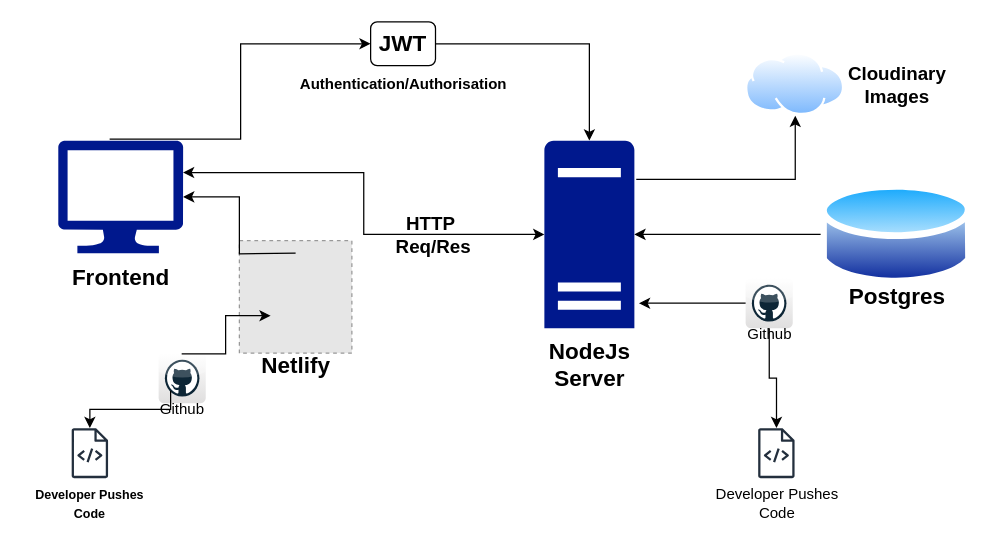
Earlier version of the draw.io diagram Untitled Diagram.drawio (dhunisinghani/demo). Source tidied: cells renumbered, new cells numbered last; positions are measured from the earlier drawing's top-left corner, leaving out a move shared by most shapes. Both pictures are drawn from the tidied source at 125%, with x=0, y=0 at pixel (20, 21). Pictures stored in the file or linked from it are replaced by grey dashed boxes.
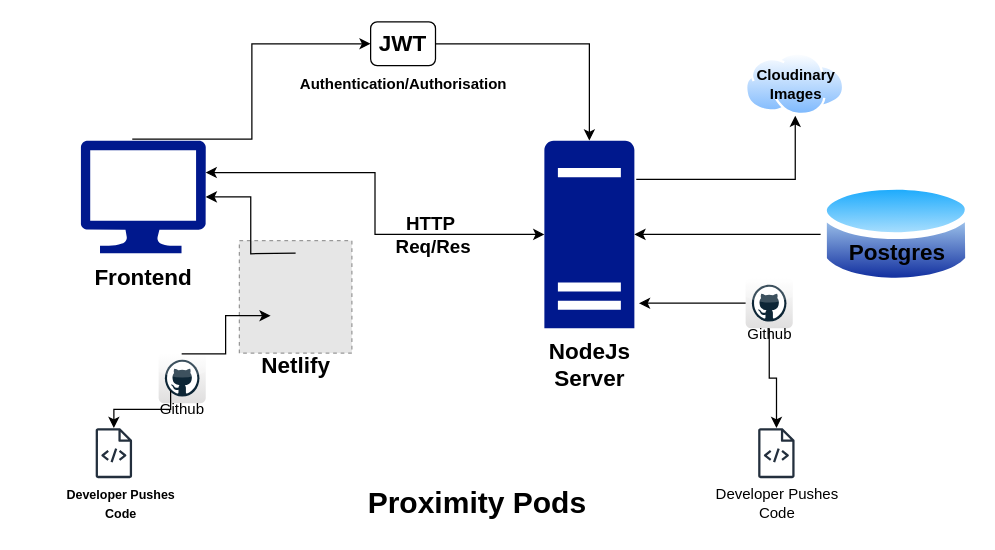
After the change.

The edit, as a diff of the source:
```diff
@@
     <mxCell id="7" style="sketch=0;shadow=0;dashed=0;html=1;strokeColor=none;labelPosition=center;verticalLabelPosition=bottom;verticalAlign=top;align=center;fillColor=#00188D;shape=mxgraph.azure.computer;" parent="1" vertex="1">
-      <mxGeometry x="30" y="95" width="100" height="90" as="geometry" />
+      <mxGeometry x="48.1" y="95" width="100" height="90" as="geometry" />
     </mxCell>
@@
     <mxCell id="9" style="sketch=0;outlineConnect=0;fontColor=#232F3E;gradientColor=none;fillColor=#232F3D;strokeColor=none;dashed=0;verticalLabelPosition=bottom;verticalAlign=top;align=center;html=1;fontSize=12;fontStyle=0;shape=mxgraph.aws4.source_code;" parent="1" vertex="1">
-      <mxGeometry x="40.8" y="325" width="29.2" height="40" as="geometry" />
+      <mxGeometry x="60" y="325" width="29.2" height="40" as="geometry" />
     </mxCell>
@@
     <mxCell id="12" value="&lt;b style=&quot;font-size: 10px;&quot;&gt;Developer Pushes&lt;br&gt;Code&lt;/b&gt;" style="text;html=1;align=center;verticalAlign=middle;strokeColor=none;fillColor=none;" parent="1" vertex="1">
-      <mxGeometry x="0.4" y="365" width="110" height="40" as="geometry" />
+      <mxGeometry x="25" y="365" width="110" height="40" as="geometry" />
     </mxCell>
@@
     <mxCell id="22" value="&lt;b&gt;&lt;font style=&quot;font-size: 18px;&quot;&gt;Frontend&lt;/font&gt;&lt;/b&gt;" style="text;html=1;align=center;verticalAlign=middle;strokeColor=none;fillColor=none;" parent="1" vertex="1">
-      <mxGeometry x="30" y="185" width="100" height="40" as="geometry" />
+      <mxGeometry x="48.1" y="185" width="100" height="40" as="geometry" />
     </mxCell>
@@
-    <mxCell id="29" value="&lt;b style=&quot;font-size: 15px;&quot;&gt;Cloudinary&lt;br&gt;Images&lt;/b&gt;" style="text;html=1;align=center;verticalAlign=middle;strokeColor=none;fillColor=none;" parent="1" vertex="1">
-      <mxGeometry x="650.8" y="25" width="100" height="50" as="geometry" />
+    <mxCell id="29" value="&lt;b style=&quot;&quot;&gt;Cloudinary&lt;br&gt;Images&lt;/b&gt;" style="text;html=1;align=center;verticalAlign=middle;strokeColor=none;fillColor=none;" parent="1" vertex="1">
+      <mxGeometry x="574.7" y="30" width="90" height="40" as="geometry" />
     </mxCell>
     <mxCell id="30" value="&lt;b&gt;&lt;font style=&quot;font-size: 18px;&quot;&gt;Postgres&lt;/font&gt;&lt;/b&gt;" style="text;html=1;align=center;verticalAlign=middle;strokeColor=none;fillColor=none;" parent="1" vertex="1">
-      <mxGeometry x="650.8" y="200" width="100" height="40" as="geometry" />
+      <mxGeometry x="650.8" y="165" width="100" height="40" as="geometry" />
     </mxCell>
@@
+    <mxCell id="33" value="&lt;b&gt;&lt;font style=&quot;font-size: 24px;&quot;&gt;Proximity Pods&lt;/font&gt;&lt;/b&gt;" style="text;html=1;align=center;verticalAlign=middle;strokeColor=none;fillColor=none;" parent="1" vertex="1">
+      <mxGeometry x="265" y="365" width="200" height="40" as="geometry" />
+    </mxCell>
```
